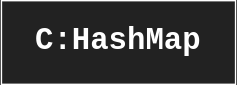
Earlier version of the draw.io export drawio/MapInterface.svg (Stolorzs/Picgo). Source tidied: cells renumbered, new cells last; positions are measured from the earlier drawing's top-left corner, leaving out a move shared by most shapes. The source it was exported from:
```xml
<mxGraphModel background="#222222">
  <root>
    <mxCell id="0" />
    <mxCell id="1" parent="0" />
    <mxCell id="2" value="&lt;font color=&quot;#ffffff&quot; style=&quot;font-size: 22px;&quot; face=&quot;Courier New&quot;&gt;&lt;b&gt;C:HashMap&lt;/b&gt;&lt;/font&gt;" style="whiteSpace=wrap;html=1;fillColor=none;strokeColor=#FFFFFF;" parent="1" vertex="1">
      <mxGeometry width="168" height="60" as="geometry" />
    </mxCell>
  </root>
</mxGraphModel>
```
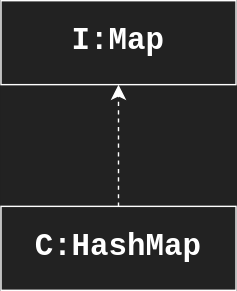
Above is the later version.

Change to the diagram source:
```diff
@@ -2,8 +2,14 @@
   <root>
     <mxCell id="0" />
     <mxCell id="1" parent="0" />
+    <mxCell id="3" style="edgeStyle=none;curved=1;rounded=0;jettySize=auto;html=1;fontSize=12;startSize=8;endSize=8;strokeColor=#FFFFFF;dashed=1;" parent="1" edge="1" source="2" target="4">
+      <mxGeometry relative="1" as="geometry" />
+    </mxCell>
     <mxCell id="2" value="&lt;font color=&quot;#ffffff&quot; style=&quot;font-size: 22px;&quot; face=&quot;Courier New&quot;&gt;&lt;b&gt;C:HashMap&lt;/b&gt;&lt;/font&gt;" style="whiteSpace=wrap;html=1;fillColor=none;strokeColor=#FFFFFF;" parent="1" vertex="1">
       <mxGeometry width="168" height="60" as="geometry" />
     </mxCell>
+    <mxCell id="4" value="&lt;font color=&quot;#ffffff&quot; style=&quot;font-size: 22px;&quot; face=&quot;Courier New&quot;&gt;&lt;b&gt;I:Map&lt;/b&gt;&lt;/font&gt;" style="whiteSpace=wrap;html=1;fillColor=none;strokeColor=#FFFFFF;" parent="1" vertex="1">
+      <mxGeometry y="-147" width="168" height="60" as="geometry" />
+    </mxCell>
   </root>
 </mxGraphModel>
```
